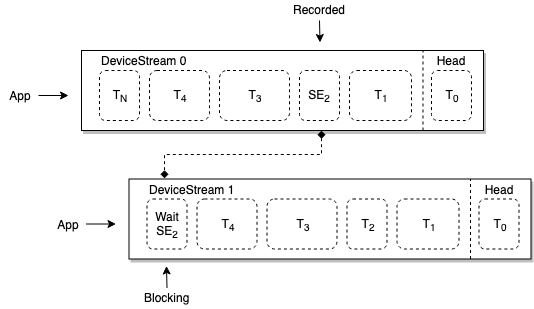
Before: Docs/Diagrams/MultiStreamSync.png, a diagram exported from draw.io (astrotuna201/ntf). Source tidied: cells renumbered, new cells last; positions are measured from the earlier drawing's top-left corner, leaving out a move shared by most shapes. Its diagram source:
```xml
<mxGraphModel>
  <root>
    <mxCell id="0" />
    <mxCell id="1" parent="0" />
    <mxCell id="2" value="App" style="text;html=1;strokeColor=none;fillColor=none;align=center;verticalAlign=middle;whiteSpace=wrap;rounded=0;dashed=1;" parent="1" vertex="1">
      <mxGeometry y="85" width="40" height="20" as="geometry" />
    </mxCell>
    <mxCell id="3" style="endArrow=classic;html=1;" parent="1" edge="1">
      <mxGeometry relative="1" as="geometry">
        <mxPoint x="38" y="95" as="sourcePoint" />
        <mxPoint x="68" y="95" as="targetPoint" />
      </mxGeometry>
    </mxCell>
    <mxCell id="4" style="edgeStyle=orthogonalEdgeStyle;rounded=0;jettySize=auto;html=1;exitX=0.597;exitY=1;exitDx=0;exitDy=0;exitPerimeter=0;entryX=0.125;entryY=-0.025;entryDx=0;entryDy=0;entryPerimeter=0;endArrow=diamond;endFill=1;startArrow=diamond;startFill=1;dashed=1;" parent="1" edge="1" source="5" target="22">
      <mxGeometry relative="1" as="geometry" />
    </mxCell>
    <mxCell id="5" style="rounded=0;whiteSpace=wrap;html=1;shadow=1;" parent="1" vertex="1">
      <mxGeometry x="81" y="50" width="402" height="80" as="geometry" />
    </mxCell>
    <mxCell id="6" value="DeviceStream 0" style="text;html=1;strokeColor=none;fillColor=none;align=left;verticalAlign=middle;whiteSpace=wrap;rounded=0;" parent="1" vertex="1">
      <mxGeometry x="99" y="50" width="140" height="20" as="geometry" />
    </mxCell>
    <mxCell id="7" value="T&lt;sub&gt;0&lt;/sub&gt;" style="text;html=1;strokeColor=#000000;fillColor=none;align=center;verticalAlign=middle;whiteSpace=wrap;rounded=1;dashed=1;" parent="1" vertex="1">
      <mxGeometry x="431" y="70" width="40" height="50" as="geometry" />
    </mxCell>
    <mxCell id="8" value="T&lt;sub&gt;1&lt;/sub&gt;" style="text;html=1;strokeColor=#000000;fillColor=none;align=center;verticalAlign=middle;whiteSpace=wrap;rounded=1;dashed=1;" parent="1" vertex="1">
      <mxGeometry x="349" y="70" width="62" height="50" as="geometry" />
    </mxCell>
    <mxCell id="9" value="T&lt;sub&gt;3&lt;/sub&gt;" style="text;html=1;strokeColor=#000000;fillColor=none;align=center;verticalAlign=middle;whiteSpace=wrap;rounded=1;dashed=1;" parent="1" vertex="1">
      <mxGeometry x="219" y="70" width="70" height="50" as="geometry" />
    </mxCell>
    <mxCell id="10" value="T&lt;sub&gt;4&lt;/sub&gt;" style="text;html=1;strokeColor=#000000;fillColor=none;align=center;verticalAlign=middle;whiteSpace=wrap;rounded=1;dashed=1;" parent="1" vertex="1">
      <mxGeometry x="149" y="70" width="60" height="50" as="geometry" />
    </mxCell>
    <mxCell id="11" value="T&lt;sub&gt;N&lt;/sub&gt;" style="text;html=1;strokeColor=#000000;fillColor=none;align=center;verticalAlign=middle;whiteSpace=wrap;rounded=1;dashed=1;" parent="1" vertex="1">
      <mxGeometry x="99" y="70" width="40" height="50" as="geometry" />
    </mxCell>
    <mxCell id="12" value="SE&lt;sub&gt;2&lt;/sub&gt;" style="text;html=1;strokeColor=#000000;fillColor=none;align=center;verticalAlign=middle;whiteSpace=wrap;rounded=1;dashed=1;" parent="1" vertex="1">
      <mxGeometry x="299" y="70" width="40" height="50" as="geometry" />
    </mxCell>
    <mxCell id="13" style="endArrow=none;dashed=1;html=1;" parent="1" edge="1">
      <mxGeometry relative="1" as="geometry">
        <mxPoint x="422.5" y="130" as="sourcePoint" />
        <mxPoint x="422.5" y="50" as="targetPoint" />
      </mxGeometry>
    </mxCell>
    <mxCell id="14" value="&lt;div style=&quot;text-align: center&quot;&gt;&lt;span&gt;Head&lt;/span&gt;&lt;/div&gt;" style="text;html=1;strokeColor=none;fillColor=none;align=center;verticalAlign=middle;whiteSpace=wrap;rounded=0;" parent="1" vertex="1">
      <mxGeometry x="431" y="50" width="38" height="20" as="geometry" />
    </mxCell>
    <mxCell id="15" value="Recorded&lt;br&gt;" style="text;html=1;points=[];align=center;verticalAlign=top;spacingTop=-4;" parent="1" vertex="1">
      <mxGeometry x="284" width="70" height="20" as="geometry" />
    </mxCell>
    <mxCell id="16" style="endArrow=classic;html=1;" parent="1" edge="1">
      <mxGeometry relative="1" as="geometry">
        <mxPoint x="319" y="20" as="sourcePoint" />
        <mxPoint x="319.5" y="42" as="targetPoint" />
      </mxGeometry>
    </mxCell>
    <mxCell id="17" style="group;" parent="1" vertex="1">
      <mxGeometry x="47.5" y="178.5" width="483" height="129" as="geometry" />
    </mxCell>
    <mxCell id="18" style="group;" parent="17" vertex="1">
      <mxGeometry width="483" height="129" as="geometry" />
    </mxCell>
    <mxCell id="19" value="App" style="text;html=1;strokeColor=none;fillColor=none;align=center;verticalAlign=middle;whiteSpace=wrap;rounded=0;dashed=1;" parent="18" vertex="1">
      <mxGeometry y="35" width="40" height="20" as="geometry" />
    </mxCell>
    <mxCell id="20" style="endArrow=classic;html=1;" parent="18" edge="1">
      <mxGeometry relative="1" as="geometry">
        <mxPoint x="38" y="45" as="sourcePoint" />
        <mxPoint x="68" y="45" as="targetPoint" />
      </mxGeometry>
    </mxCell>
    <mxCell id="21" style="rounded=0;whiteSpace=wrap;html=1;shadow=1;" parent="18" vertex="1">
      <mxGeometry x="81" width="402" height="80" as="geometry" />
    </mxCell>
    <mxCell id="22" value="DeviceStream 1" style="text;html=1;strokeColor=none;fillColor=none;align=left;verticalAlign=middle;whiteSpace=wrap;rounded=0;" parent="18" vertex="1">
      <mxGeometry x="99" width="140" height="20" as="geometry" />
    </mxCell>
    <mxCell id="23" value="T&lt;sub&gt;0&lt;/sub&gt;&lt;br&gt;" style="text;html=1;strokeColor=#000000;fillColor=none;align=center;verticalAlign=middle;whiteSpace=wrap;rounded=1;dashed=1;" parent="18" vertex="1">
      <mxGeometry x="431" y="20" width="40" height="50" as="geometry" />
    </mxCell>
    <mxCell id="24" value="T&lt;sub&gt;1&lt;/sub&gt;" style="text;html=1;strokeColor=#000000;fillColor=none;align=center;verticalAlign=middle;whiteSpace=wrap;rounded=1;dashed=1;" parent="18" vertex="1">
      <mxGeometry x="349" y="20" width="62" height="50" as="geometry" />
    </mxCell>
    <mxCell id="25" value="T&lt;sub&gt;3&lt;/sub&gt;" style="text;html=1;strokeColor=#000000;fillColor=none;align=center;verticalAlign=middle;whiteSpace=wrap;rounded=1;dashed=1;" parent="18" vertex="1">
      <mxGeometry x="219" y="20" width="70" height="50" as="geometry" />
    </mxCell>
    <mxCell id="26" value="T&lt;sub&gt;4&lt;/sub&gt;" style="text;html=1;strokeColor=#000000;fillColor=none;align=center;verticalAlign=middle;whiteSpace=wrap;rounded=1;dashed=1;" parent="18" vertex="1">
      <mxGeometry x="149" y="20" width="60" height="50" as="geometry" />
    </mxCell>
    <mxCell id="27" value="Wait&lt;br&gt;SE&lt;sub&gt;2&lt;/sub&gt;&lt;br&gt;" style="text;html=1;strokeColor=#000000;fillColor=none;align=center;verticalAlign=middle;whiteSpace=wrap;rounded=1;dashed=1;" parent="18" vertex="1">
      <mxGeometry x="99" y="20" width="40" height="50" as="geometry" />
    </mxCell>
    <mxCell id="28" value="T&lt;sub&gt;2&lt;/sub&gt;" style="text;html=1;strokeColor=#000000;fillColor=none;align=center;verticalAlign=middle;whiteSpace=wrap;rounded=1;dashed=1;" parent="18" vertex="1">
      <mxGeometry x="299" y="20" width="40" height="50" as="geometry" />
    </mxCell>
    <mxCell id="29" style="endArrow=none;dashed=1;html=1;" parent="18" edge="1">
      <mxGeometry relative="1" as="geometry">
        <mxPoint x="422.5" y="80" as="sourcePoint" />
        <mxPoint x="422.5" as="targetPoint" />
      </mxGeometry>
    </mxCell>
    <mxCell id="30" value="&lt;div style=&quot;text-align: center&quot;&gt;&lt;span&gt;Head&lt;/span&gt;&lt;/div&gt;" style="text;html=1;strokeColor=none;fillColor=none;align=center;verticalAlign=middle;whiteSpace=wrap;rounded=0;" parent="18" vertex="1">
      <mxGeometry x="431" width="38" height="20" as="geometry" />
    </mxCell>
    <mxCell id="31" value="Blocking&lt;br&gt;" style="text;html=1;points=[];align=center;verticalAlign=top;spacingTop=-4;" parent="18" vertex="1">
      <mxGeometry x="89" y="109" width="60" height="20" as="geometry" />
    </mxCell>
    <mxCell id="32" style="endArrow=classic;html=1;" parent="18" edge="1">
      <mxGeometry relative="1" as="geometry">
        <mxPoint x="119" y="109" as="sourcePoint" />
        <mxPoint x="118.5" y="87" as="targetPoint" />
      </mxGeometry>
    </mxCell>
  </root>
</mxGraphModel>
```
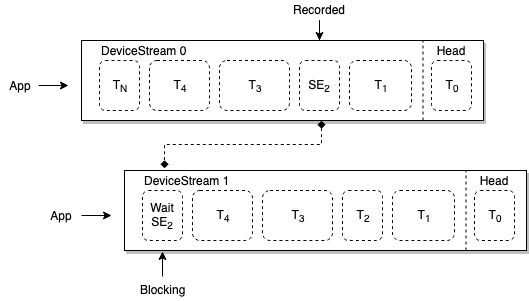
After the change.

What changed in the source:
```diff
@@ -5,113 +5,108 @@
     <mxCell id="2" value="App" style="text;html=1;strokeColor=none;fillColor=none;align=center;verticalAlign=middle;whiteSpace=wrap;rounded=0;dashed=1;" parent="1" vertex="1">
       <mxGeometry y="85" width="40" height="20" as="geometry" />
     </mxCell>
+    <mxCell id="4" style="edgeStyle=orthogonalEdgeStyle;rounded=0;jettySize=auto;html=1;exitX=0.597;exitY=1;exitDx=0;exitDy=0;exitPerimeter=0;endArrow=diamond;endFill=1;startArrow=diamond;startFill=1;dashed=1;" parent="1" edge="1" source="5">
+      <mxGeometry relative="1" as="geometry">
+        <mxPoint x="164" y="178" as="targetPoint" />
+      </mxGeometry>
+    </mxCell>
+    <mxCell id="15" value="Recorded&lt;br&gt;" style="text;html=1;points=[];align=center;verticalAlign=top;spacingTop=-4;" parent="1" vertex="1">
+      <mxGeometry x="284" y="10" width="70" height="20" as="geometry" />
+    </mxCell>
+    <mxCell id="33" style="group;" parent="1" vertex="1">
+      <mxGeometry x="38" y="50" width="445" height="80" as="geometry" />
+    </mxCell>
-    <mxCell id="3" style="endArrow=classic;html=1;" parent="1" edge="1">
+    <mxCell id="3" style="endArrow=classic;html=1;" parent="33" edge="1">
       <mxGeometry relative="1" as="geometry">
-        <mxPoint x="38" y="95" as="sourcePoint" />
-        <mxPoint x="68" y="95" as="targetPoint" />
+        <mxPoint y="45" as="sourcePoint" />
+        <mxPoint x="30" y="45" as="targetPoint" />
       </mxGeometry>
     </mxCell>
-    <mxCell id="4" style="edgeStyle=orthogonalEdgeStyle;rounded=0;jettySize=auto;html=1;exitX=0.597;exitY=1;exitDx=0;exitDy=0;exitPerimeter=0;entryX=0.125;entryY=-0.025;entryDx=0;entryDy=0;entryPerimeter=0;endArrow=diamond;endFill=1;startArrow=diamond;startFill=1;dashed=1;" parent="1" edge="1" source="5" target="22">
-      <mxGeometry relative="1" as="geometry" />
-    </mxCell>
-    <mxCell id="5" style="rounded=0;whiteSpace=wrap;html=1;shadow=1;" parent="1" vertex="1">
-      <mxGeometry x="81" y="50" width="402" height="80" as="geometry" />
+    <mxCell id="5" style="rounded=0;whiteSpace=wrap;html=1;shadow=1;" parent="33" vertex="1">
+      <mxGeometry x="43" width="402" height="80" as="geometry" />
     </mxCell>
-    <mxCell id="6" value="DeviceStream 0" style="text;html=1;strokeColor=none;fillColor=none;align=left;verticalAlign=middle;whiteSpace=wrap;rounded=0;" parent="1" vertex="1">
-      <mxGeometry x="99" y="50" width="140" height="20" as="geometry" />
+    <mxCell id="6" value="DeviceStream 0" style="text;html=1;strokeColor=none;fillColor=none;align=left;verticalAlign=middle;whiteSpace=wrap;rounded=0;" parent="33" vertex="1">
+      <mxGeometry x="61" width="140" height="20" as="geometry" />
     </mxCell>
-    <mxCell id="7" value="T&lt;sub&gt;0&lt;/sub&gt;" style="text;html=1;strokeColor=#000000;fillColor=none;align=center;verticalAlign=middle;whiteSpace=wrap;rounded=1;dashed=1;" parent="1" vertex="1">
-      <mxGeometry x="431" y="70" width="40" height="50" as="geometry" />
+    <mxCell id="7" value="T&lt;sub&gt;0&lt;/sub&gt;" style="text;html=1;strokeColor=#000000;fillColor=none;align=center;verticalAlign=middle;whiteSpace=wrap;rounded=1;dashed=1;" parent="33" vertex="1">
+      <mxGeometry x="393" y="20" width="40" height="50" as="geometry" />
     </mxCell>
-    <mxCell id="8" value="T&lt;sub&gt;1&lt;/sub&gt;" style="text;html=1;strokeColor=#000000;fillColor=none;align=center;verticalAlign=middle;whiteSpace=wrap;rounded=1;dashed=1;" parent="1" vertex="1">
-      <mxGeometry x="349" y="70" width="62" height="50" as="geometry" />
+    <mxCell id="8" value="T&lt;sub&gt;1&lt;/sub&gt;" style="text;html=1;strokeColor=#000000;fillColor=none;align=center;verticalAlign=middle;whiteSpace=wrap;rounded=1;dashed=1;" parent="33" vertex="1">
+      <mxGeometry x="311" y="20" width="62" height="50" as="geometry" />
     </mxCell>
-    <mxCell id="9" value="T&lt;sub&gt;3&lt;/sub&gt;" style="text;html=1;strokeColor=#000000;fillColor=none;align=center;verticalAlign=middle;whiteSpace=wrap;rounded=1;dashed=1;" parent="1" vertex="1">
-      <mxGeometry x="219" y="70" width="70" height="50" as="geometry" />
+    <mxCell id="9" value="T&lt;sub&gt;3&lt;/sub&gt;" style="text;html=1;strokeColor=#000000;fillColor=none;align=center;verticalAlign=middle;whiteSpace=wrap;rounded=1;dashed=1;" parent="33" vertex="1">
+      <mxGeometry x="181" y="20" width="70" height="50" as="geometry" />
     </mxCell>
-    <mxCell id="10" value="T&lt;sub&gt;4&lt;/sub&gt;" style="text;html=1;strokeColor=#000000;fillColor=none;align=center;verticalAlign=middle;whiteSpace=wrap;rounded=1;dashed=1;" parent="1" vertex="1">
-      <mxGeometry x="149" y="70" width="60" height="50" as="geometry" />
+    <mxCell id="10" value="T&lt;sub&gt;4&lt;/sub&gt;" style="text;html=1;strokeColor=#000000;fillColor=none;align=center;verticalAlign=middle;whiteSpace=wrap;rounded=1;dashed=1;" parent="33" vertex="1">
+      <mxGeometry x="111" y="20" width="60" height="50" as="geometry" />
     </mxCell>
-    <mxCell id="11" value="T&lt;sub&gt;N&lt;/sub&gt;" style="text;html=1;strokeColor=#000000;fillColor=none;align=center;verticalAlign=middle;whiteSpace=wrap;rounded=1;dashed=1;" parent="1" vertex="1">
-      <mxGeometry x="99" y="70" width="40" height="50" as="geometry" />
+    <mxCell id="11" value="T&lt;sub&gt;N&lt;/sub&gt;" style="text;html=1;strokeColor=#000000;fillColor=none;align=center;verticalAlign=middle;whiteSpace=wrap;rounded=1;dashed=1;" parent="33" vertex="1">
+      <mxGeometry x="61" y="20" width="40" height="50" as="geometry" />
     </mxCell>
-    <mxCell id="12" value="SE&lt;sub&gt;2&lt;/sub&gt;" style="text;html=1;strokeColor=#000000;fillColor=none;align=center;verticalAlign=middle;whiteSpace=wrap;rounded=1;dashed=1;" parent="1" vertex="1">
-      <mxGeometry x="299" y="70" width="40" height="50" as="geometry" />
+    <mxCell id="12" value="SE&lt;sub&gt;2&lt;/sub&gt;" style="text;html=1;strokeColor=#000000;fillColor=none;align=center;verticalAlign=middle;whiteSpace=wrap;rounded=1;dashed=1;" parent="33" vertex="1">
+      <mxGeometry x="261" y="20" width="40" height="50" as="geometry" />
     </mxCell>
-    <mxCell id="13" style="endArrow=none;dashed=1;html=1;" parent="1" edge="1">
+    <mxCell id="13" style="endArrow=none;dashed=1;html=1;" parent="33" edge="1">
       <mxGeometry relative="1" as="geometry">
-        <mxPoint x="422.5" y="130" as="sourcePoint" />
-        <mxPoint x="422.5" y="50" as="targetPoint" />
+        <mxPoint x="384.5" y="80" as="sourcePoint" />
+        <mxPoint x="384.5" as="targetPoint" />
       </mxGeometry>
     </mxCell>
-    <mxCell id="14" value="&lt;div style=&quot;text-align: center&quot;&gt;&lt;span&gt;Head&lt;/span&gt;&lt;/div&gt;" style="text;html=1;strokeColor=none;fillColor=none;align=center;verticalAlign=middle;whiteSpace=wrap;rounded=0;" parent="1" vertex="1">
-      <mxGeometry x="431" y="50" width="38" height="20" as="geometry" />
+    <mxCell id="14" value="&lt;div style=&quot;text-align: center&quot;&gt;&lt;span&gt;Head&lt;/span&gt;&lt;/div&gt;" style="text;html=1;strokeColor=none;fillColor=none;align=center;verticalAlign=middle;whiteSpace=wrap;rounded=0;" parent="33" vertex="1">
+      <mxGeometry x="393" width="38" height="20" as="geometry" />
     </mxCell>
-    <mxCell id="15" value="Recorded&lt;br&gt;" style="text;html=1;points=[];align=center;verticalAlign=top;spacingTop=-4;" parent="1" vertex="1">
-      <mxGeometry x="284" width="70" height="20" as="geometry" />
-    </mxCell>
-    <mxCell id="16" style="endArrow=classic;html=1;" parent="1" edge="1">
-      <mxGeometry relative="1" as="geometry">
-        <mxPoint x="319" y="20" as="sourcePoint" />
-        <mxPoint x="319.5" y="42" as="targetPoint" />
-      </mxGeometry>
-    </mxCell>
-    <mxCell id="17" style="group;" parent="1" vertex="1">
-      <mxGeometry x="47.5" y="178.5" width="483" height="129" as="geometry" />
-    </mxCell>
-    <mxCell id="18" style="group;" parent="17" vertex="1">
-      <mxGeometry width="483" height="129" as="geometry" />
-    </mxCell>
-    <mxCell id="19" value="App" style="text;html=1;strokeColor=none;fillColor=none;align=center;verticalAlign=middle;whiteSpace=wrap;rounded=0;dashed=1;" parent="18" vertex="1">
-      <mxGeometry y="35" width="40" height="20" as="geometry" />
+    <mxCell id="19" value="App" style="text;html=1;strokeColor=none;fillColor=none;align=center;verticalAlign=middle;whiteSpace=wrap;rounded=0;dashed=1;" parent="1" vertex="1">
+      <mxGeometry x="41" y="215" width="40" height="20" as="geometry" />
     </mxCell>
-    <mxCell id="20" style="endArrow=classic;html=1;" parent="18" edge="1">
-      <mxGeometry relative="1" as="geometry">
-        <mxPoint x="38" y="45" as="sourcePoint" />
-        <mxPoint x="68" y="45" as="targetPoint" />
-      </mxGeometry>
-    </mxCell>
-    <mxCell id="21" style="rounded=0;whiteSpace=wrap;html=1;shadow=1;" parent="18" vertex="1">
-      <mxGeometry x="81" width="402" height="80" as="geometry" />
-    </mxCell>
+    <mxCell id="34" style="edgeStyle=orthogonalEdgeStyle;rounded=0;jettySize=auto;html=1;startArrow=none;startFill=0;endArrow=classic;endFill=1;entryX=0.095;entryY=1.013;entryDx=0;entryDy=0;entryPerimeter=0;exitX=0.5;exitY=-0.2;exitDx=0;exitDy=0;exitPerimeter=0;" parent="1" edge="1" source="31" target="36">
+      <mxGeometry relative="1" as="geometry" />
+    </mxCell>
+    <mxCell id="31" value="Blocking" style="text;html=1;points=[];align=center;verticalAlign=top;spacingTop=-4;" parent="1" vertex="1">
+      <mxGeometry x="132" y="290" width="60" height="20" as="geometry" />
+    </mxCell>
+    <mxCell id="35" style="endArrow=classic;html=1;" parent="1" edge="1">
+      <mxGeometry relative="1" as="geometry">
+        <mxPoint x="81" y="225" as="sourcePoint" />
+        <mxPoint x="111" y="225" as="targetPoint" />
+      </mxGeometry>
+    </mxCell>
+    <mxCell id="36" style="rounded=0;whiteSpace=wrap;html=1;shadow=1;" parent="1" vertex="1">
+      <mxGeometry x="124" y="180" width="402" height="80" as="geometry" />
+    </mxCell>
-    <mxCell id="22" value="DeviceStream 1" style="text;html=1;strokeColor=none;fillColor=none;align=left;verticalAlign=middle;whiteSpace=wrap;rounded=0;" parent="18" vertex="1">
-      <mxGeometry x="99" width="140" height="20" as="geometry" />
+    <mxCell id="22" value="DeviceStream 1" style="text;html=1;strokeColor=none;fillColor=none;align=left;verticalAlign=middle;whiteSpace=wrap;rounded=0;" parent="1" vertex="1">
+      <mxGeometry x="142" y="180" width="140" height="20" as="geometry" />
     </mxCell>
-    <mxCell id="23" value="T&lt;sub&gt;0&lt;/sub&gt;&lt;br&gt;" style="text;html=1;strokeColor=#000000;fillColor=none;align=center;verticalAlign=middle;whiteSpace=wrap;rounded=1;dashed=1;" parent="18" vertex="1">
-      <mxGeometry x="431" y="20" width="40" height="50" as="geometry" />
+    <mxCell id="23" value="T&lt;sub&gt;0&lt;/sub&gt;" style="text;html=1;strokeColor=#000000;fillColor=none;align=center;verticalAlign=middle;whiteSpace=wrap;rounded=1;dashed=1;" parent="1" vertex="1">
+      <mxGeometry x="474" y="200" width="40" height="50" as="geometry" />
     </mxCell>
-    <mxCell id="24" value="T&lt;sub&gt;1&lt;/sub&gt;" style="text;html=1;strokeColor=#000000;fillColor=none;align=center;verticalAlign=middle;whiteSpace=wrap;rounded=1;dashed=1;" parent="18" vertex="1">
-      <mxGeometry x="349" y="20" width="62" height="50" as="geometry" />
+    <mxCell id="24" value="T&lt;sub&gt;1&lt;/sub&gt;" style="text;html=1;strokeColor=#000000;fillColor=none;align=center;verticalAlign=middle;whiteSpace=wrap;rounded=1;dashed=1;" parent="1" vertex="1">
+      <mxGeometry x="392" y="200" width="62" height="50" as="geometry" />
     </mxCell>
-    <mxCell id="25" value="T&lt;sub&gt;3&lt;/sub&gt;" style="text;html=1;strokeColor=#000000;fillColor=none;align=center;verticalAlign=middle;whiteSpace=wrap;rounded=1;dashed=1;" parent="18" vertex="1">
-      <mxGeometry x="219" y="20" width="70" height="50" as="geometry" />
+    <mxCell id="25" value="T&lt;sub&gt;3&lt;/sub&gt;" style="text;html=1;strokeColor=#000000;fillColor=none;align=center;verticalAlign=middle;whiteSpace=wrap;rounded=1;dashed=1;" parent="1" vertex="1">
+      <mxGeometry x="262" y="200" width="70" height="50" as="geometry" />
     </mxCell>
-    <mxCell id="26" value="T&lt;sub&gt;4&lt;/sub&gt;" style="text;html=1;strokeColor=#000000;fillColor=none;align=center;verticalAlign=middle;whiteSpace=wrap;rounded=1;dashed=1;" parent="18" vertex="1">
-      <mxGeometry x="149" y="20" width="60" height="50" as="geometry" />
+    <mxCell id="26" value="T&lt;sub&gt;4&lt;/sub&gt;" style="text;html=1;strokeColor=#000000;fillColor=none;align=center;verticalAlign=middle;whiteSpace=wrap;rounded=1;dashed=1;" parent="1" vertex="1">
+      <mxGeometry x="192" y="200" width="60" height="50" as="geometry" />
     </mxCell>
-    <mxCell id="27" value="Wait&lt;br&gt;SE&lt;sub&gt;2&lt;/sub&gt;&lt;br&gt;" style="text;html=1;strokeColor=#000000;fillColor=none;align=center;verticalAlign=middle;whiteSpace=wrap;rounded=1;dashed=1;" parent="18" vertex="1">
-      <mxGeometry x="99" y="20" width="40" height="50" as="geometry" />
+    <mxCell id="27" value="Wait&lt;br&gt;SE&lt;sub&gt;2&lt;/sub&gt;&lt;br&gt;" style="text;html=1;strokeColor=#000000;fillColor=none;align=center;verticalAlign=middle;whiteSpace=wrap;rounded=1;dashed=1;" parent="1" vertex="1">
+      <mxGeometry x="142" y="200" width="40" height="50" as="geometry" />
     </mxCell>
-    <mxCell id="28" value="T&lt;sub&gt;2&lt;/sub&gt;" style="text;html=1;strokeColor=#000000;fillColor=none;align=center;verticalAlign=middle;whiteSpace=wrap;rounded=1;dashed=1;" parent="18" vertex="1">
-      <mxGeometry x="299" y="20" width="40" height="50" as="geometry" />
+    <mxCell id="28" value="T&lt;sub&gt;2&lt;/sub&gt;" style="text;html=1;strokeColor=#000000;fillColor=none;align=center;verticalAlign=middle;whiteSpace=wrap;rounded=1;dashed=1;" parent="1" vertex="1">
+      <mxGeometry x="342" y="200" width="40" height="50" as="geometry" />
     </mxCell>
-    <mxCell id="29" style="endArrow=none;dashed=1;html=1;" parent="18" edge="1">
-      <mxGeometry relative="1" as="geometry">
-        <mxPoint x="422.5" y="80" as="sourcePoint" />
-        <mxPoint x="422.5" as="targetPoint" />
-      </mxGeometry>
-    </mxCell>
+    <mxCell id="37" style="endArrow=none;dashed=1;html=1;" parent="1" edge="1">
+      <mxGeometry relative="1" as="geometry">
+        <mxPoint x="465.5" y="260" as="sourcePoint" />
+        <mxPoint x="465.5" y="180" as="targetPoint" />
+      </mxGeometry>
+    </mxCell>
-    <mxCell id="30" value="&lt;div style=&quot;text-align: center&quot;&gt;&lt;span&gt;Head&lt;/span&gt;&lt;/div&gt;" style="text;html=1;strokeColor=none;fillColor=none;align=center;verticalAlign=middle;whiteSpace=wrap;rounded=0;" parent="18" vertex="1">
-      <mxGeometry x="431" width="38" height="20" as="geometry" />
+    <mxCell id="30" value="&lt;div style=&quot;text-align: center&quot;&gt;&lt;span&gt;Head&lt;/span&gt;&lt;/div&gt;" style="text;html=1;strokeColor=none;fillColor=none;align=center;verticalAlign=middle;whiteSpace=wrap;rounded=0;" parent="1" vertex="1">
+      <mxGeometry x="474" y="180" width="38" height="20" as="geometry" />
     </mxCell>
-    <mxCell id="31" value="Blocking&lt;br&gt;" style="text;html=1;points=[];align=center;verticalAlign=top;spacingTop=-4;" parent="18" vertex="1">
-      <mxGeometry x="89" y="109" width="60" height="20" as="geometry" />
-    </mxCell>
-    <mxCell id="32" style="endArrow=classic;html=1;" parent="18" edge="1">
-      <mxGeometry relative="1" as="geometry">
-        <mxPoint x="119" y="109" as="sourcePoint" />
-        <mxPoint x="118.5" y="87" as="targetPoint" />
-      </mxGeometry>
-    </mxCell>
+    <mxCell id="38" style="edgeStyle=orthogonalEdgeStyle;rounded=0;jettySize=auto;html=1;startArrow=none;startFill=0;endArrow=classic;endFill=1;" parent="1" edge="1" source="15">
+      <mxGeometry relative="1" as="geometry">
+        <mxPoint x="319" y="50" as="targetPoint" />
+      </mxGeometry>
+    </mxCell>
   </root>
 </mxGraphModel>
```
